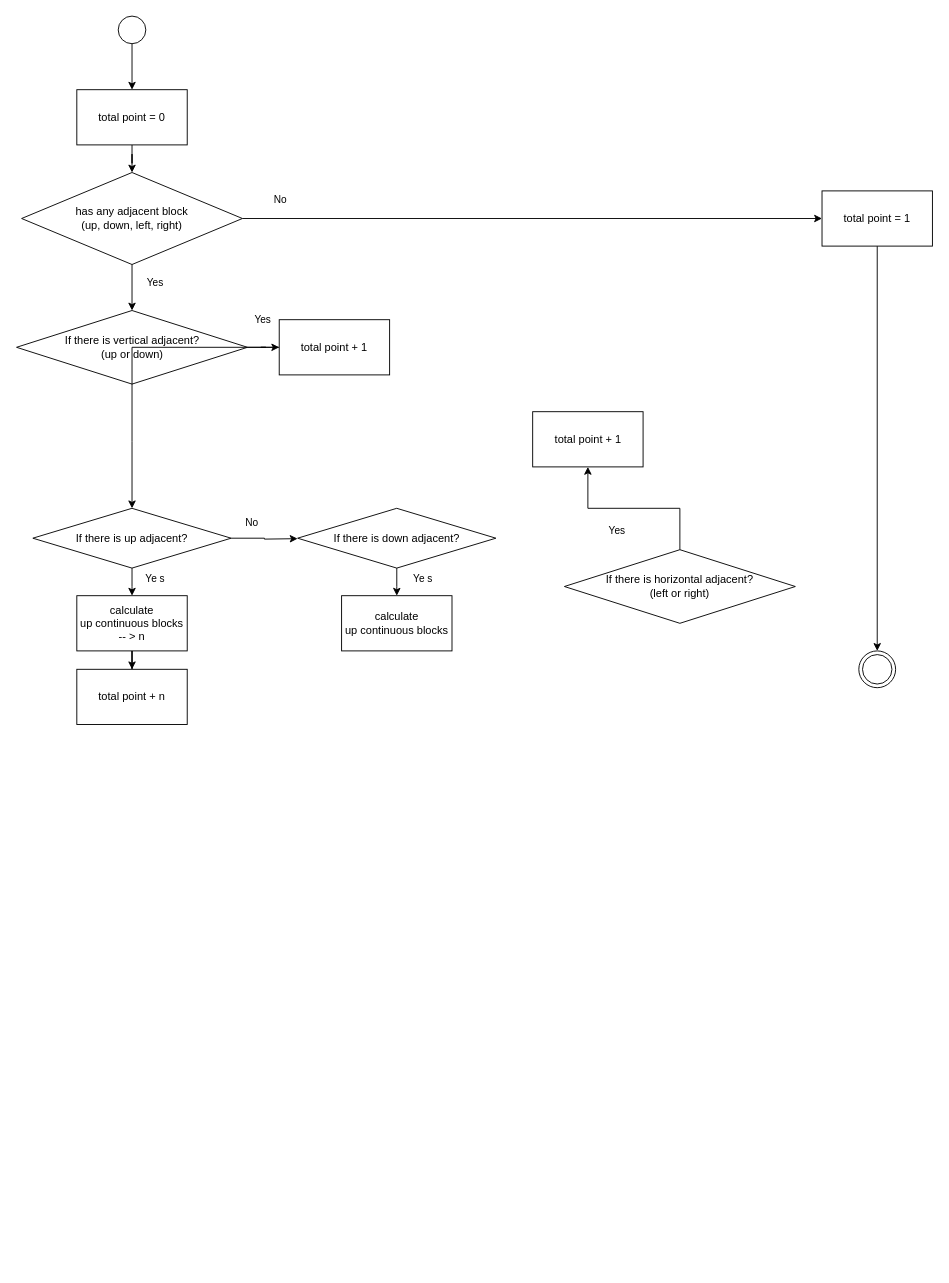
Above: Azul calculate flow.drawio in Aidan-Huang/CardGame (draw.io), before the change. Source tidied: cells renumbered, new cells numbered last; positions are measured from the earlier drawing's top-left corner, leaving out a move shared by most shapes. Both pictures are drawn from the tidied source at 92%, with x=0, y=0 at pixel (16, 16).
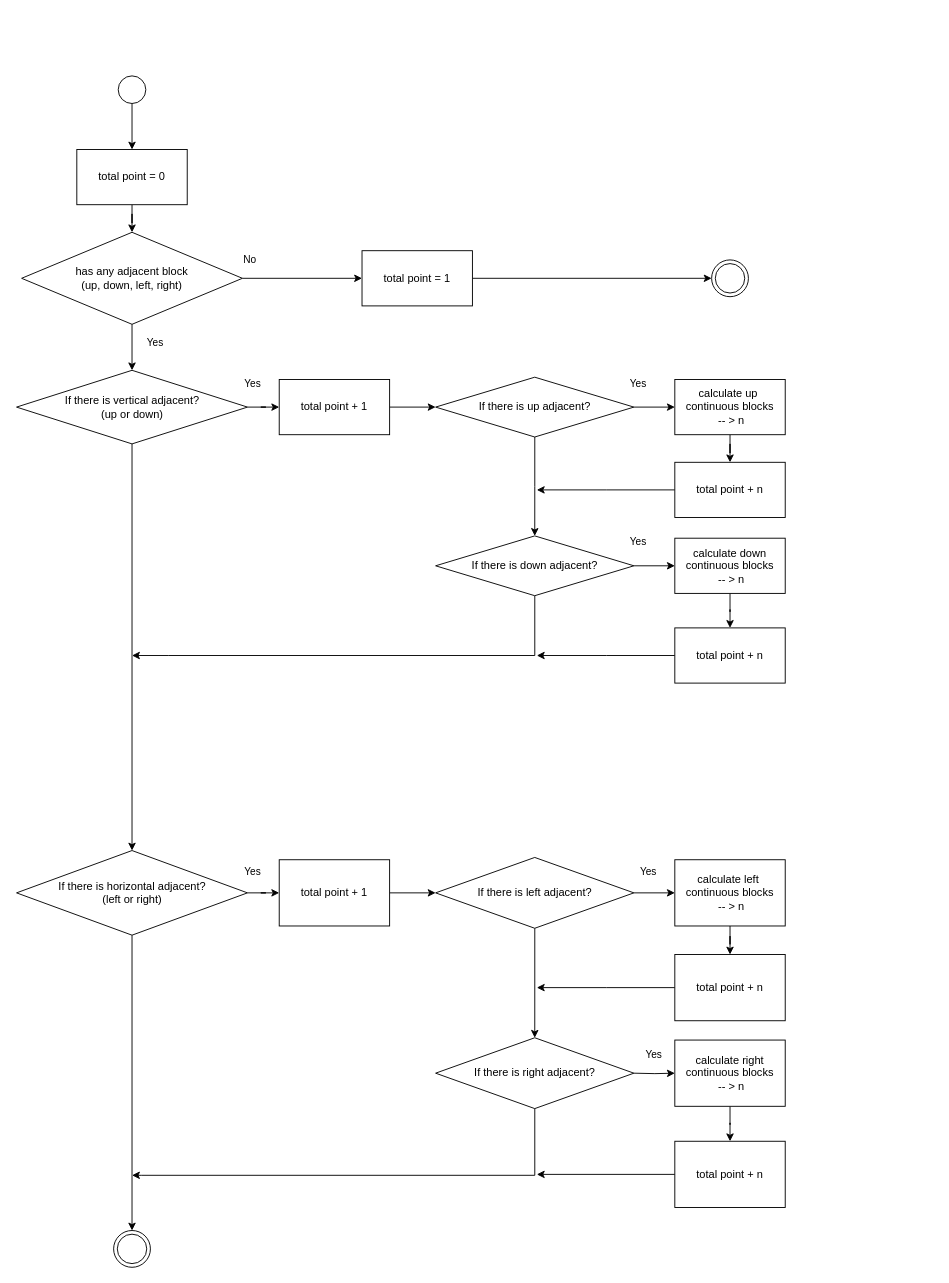
Above is the later version.

Change to the diagram source:
```diff
@@
     <mxCell id="3" style="ellipse;whiteSpace=wrap;html=1;" parent="1" vertex="1">
-      <mxGeometry x="111" width="30" height="30" as="geometry" />
+      <mxGeometry x="111" y="65" width="30" height="30" as="geometry" />
     </mxCell>
@@
     <mxCell id="5" value="&lt;span&gt;has any adjacent block&lt;/span&gt;&lt;br&gt;&lt;span&gt;(up, down, left, right)&lt;/span&gt;" style="rhombus;whiteSpace=wrap;html=1;" parent="1" vertex="1">
-      <mxGeometry x="6" y="170" width="240" height="100" as="geometry" />
+      <mxGeometry x="6" y="235" width="240" height="100" as="geometry" />
     </mxCell>
-    <mxCell id="6" style="edgeStyle=orthogonalEdgeStyle;rounded=0;jettySize=auto;html=1;entryX=0.5;entryY=0;entryDx=0;entryDy=0;" parent="1" edge="1" source="7" target="8">
-      <mxGeometry relative="1" as="geometry" />
-    </mxCell>
+    <mxCell id="28" style="edgeStyle=orthogonalEdgeStyle;rounded=0;jettySize=auto;html=1;entryX=0;entryY=0.5;entryDx=0;entryDy=0;" parent="1" edge="1" source="7" target="53">
+      <mxGeometry relative="1" as="geometry" />
+    </mxCell>
     <mxCell id="7" value="total point = 1" style="whiteSpace=wrap;html=1;" parent="1" vertex="1">
-      <mxGeometry x="876" y="190" width="120" height="60" as="geometry" />
+      <mxGeometry x="376" y="255" width="120" height="60" as="geometry" />
     </mxCell>
-    <mxCell id="8" style="ellipse;shape=doubleEllipse;whiteSpace=wrap;html=1;" parent="1" vertex="1">
-      <mxGeometry x="916" y="690" width="40" height="40" as="geometry" />
-    </mxCell>
@@
     <mxCell id="10" value="Yes" style="edgeStyle=orthogonalEdgeStyle;rounded=0;jettySize=auto;html=1;" parent="1" edge="1" source="11" target="17">
-      <mxGeometry x="0.2" y="30" relative="1" as="geometry" />
+      <mxGeometry x="-0.79" y="25" relative="1" as="geometry" />
     </mxCell>
+    <mxCell id="29" style="edgeStyle=orthogonalEdgeStyle;rounded=0;jettySize=auto;html=1;" parent="1" edge="1" source="11" target="13">
+      <mxGeometry relative="1" as="geometry" />
+    </mxCell>
     <mxCell id="11" value="If there is vertical adjacent?&lt;br&gt;(up or down)" style="rhombus;whiteSpace=wrap;html=1;" parent="1" vertex="1">
-      <mxGeometry x="0.5" y="320" width="251" height="80" as="geometry" />
+      <mxGeometry x="0.5" y="385" width="251" height="80" as="geometry" />
     </mxCell>
     <mxCell id="12" value="Yes" style="edgeStyle=orthogonalEdgeStyle;rounded=0;jettySize=auto;html=1;" parent="1" edge="1" source="13" target="18">
-      <mxGeometry x="0.2" y="24" relative="1" as="geometry" />
+      <mxGeometry x="-0.79" y="23" relative="1" as="geometry" />
     </mxCell>
+    <mxCell id="30" style="edgeStyle=orthogonalEdgeStyle;rounded=0;jettySize=auto;html=1;entryX=0.5;entryY=0;entryDx=0;entryDy=0;" parent="1" edge="1" source="13" target="52">
+      <mxGeometry relative="1" as="geometry" />
+    </mxCell>
     <mxCell id="13" value="If there is&amp;nbsp;horizontal adjacent?&lt;br&gt;(left or right)" style="rhombus;whiteSpace=wrap;html=1;" parent="1" vertex="1">
-      <mxGeometry x="596" y="580" width="251" height="80" as="geometry" />
+      <mxGeometry x="0.5" y="907" width="251" height="92" as="geometry" />
     </mxCell>
@@
     <mxCell id="15" value="total point = 0" style="whiteSpace=wrap;html=1;" parent="1" vertex="1">
-      <mxGeometry x="66" y="80" width="120" height="60" as="geometry" />
+      <mxGeometry x="66" y="145" width="120" height="60" as="geometry" />
     </mxCell>
@@
     <mxCell id="17" value="&lt;span&gt;total point + 1&lt;/span&gt;" style="whiteSpace=wrap;html=1;" parent="1" vertex="1">
-      <mxGeometry x="286" y="330" width="120" height="60" as="geometry" />
+      <mxGeometry x="286" y="395" width="120" height="60" as="geometry" />
     </mxCell>
-    <mxCell id="18" value="&lt;span&gt;total point + 1&lt;/span&gt;" style="whiteSpace=wrap;html=1;" parent="1" vertex="1">
-      <mxGeometry x="561.5" y="430" width="120" height="60" as="geometry" />
-    </mxCell>
-    <mxCell id="19" value="Ye s" style="edgeStyle=orthogonalEdgeStyle;rounded=0;jettySize=auto;html=1;" parent="1" edge="1" source="21" target="23">
-      <mxGeometry x="-0.33" y="20" relative="1" as="geometry">
-        <mxPoint x="5" y="2" as="offset" />
-      </mxGeometry>
+    <mxCell id="19" value="Yes" style="edgeStyle=orthogonalEdgeStyle;rounded=0;jettySize=auto;html=1;" parent="1" edge="1" source="21" target="23">
+      <mxGeometry x="-0.8" y="25" relative="1" as="geometry" />
     </mxCell>
-    <mxCell id="20" value="No" style="edgeStyle=orthogonalEdgeStyle;rounded=0;jettySize=auto;html=1;" parent="1" edge="1" source="21">
-      <mxGeometry x="-0.39" y="17" relative="1" as="geometry">
-        <mxPoint x="306" y="568" as="targetPoint" />
-      </mxGeometry>
-    </mxCell>
+    <mxCell id="31" style="edgeStyle=orthogonalEdgeStyle;rounded=0;jettySize=auto;html=1;entryX=0.5;entryY=0;entryDx=0;entryDy=0;" parent="1" edge="1" source="21" target="25">
+      <mxGeometry relative="1" as="geometry" />
+    </mxCell>
     <mxCell id="21" value="If there is up adjacent?" style="rhombus;whiteSpace=wrap;html=1;" parent="1" vertex="1">
-      <mxGeometry x="18.2" y="535" width="215.5" height="65" as="geometry" />
+      <mxGeometry x="456" y="392.5" width="215.5" height="65" as="geometry" />
     </mxCell>
@@
-    <mxCell id="23" value="calculate up&amp;nbsp;continuous blocks -- &amp;gt; n" style="whiteSpace=wrap;html=1;" parent="1" vertex="1">
-      <mxGeometry x="66" y="630" width="120" height="60" as="geometry" />
+    <mxCell id="23" value="calculate up&amp;nbsp;&lt;br&gt;continuous blocks&lt;br&gt;&amp;nbsp;-- &amp;gt; n" style="whiteSpace=wrap;html=1;" parent="1" vertex="1">
+      <mxGeometry x="716" y="395" width="120" height="60" as="geometry" />
     </mxCell>
-    <mxCell id="24" value="Ye s" style="edgeStyle=orthogonalEdgeStyle;rounded=0;jettySize=auto;html=1;" parent="1" edge="1" source="25" target="26">
-      <mxGeometry x="-0.34" y="22" relative="1" as="geometry">
-        <mxPoint x="6" y="2" as="offset" />
+    <mxCell id="24" value="Yes" style="edgeStyle=orthogonalEdgeStyle;rounded=0;jettySize=auto;html=1;" parent="1" edge="1" source="25" target="26">
+      <mxGeometry x="-0.8" y="28" relative="1" as="geometry">
+        <mxPoint y="1" as="offset" />
       </mxGeometry>
     </mxCell>
+    <mxCell id="32" style="edgeStyle=orthogonalEdgeStyle;rounded=0;jettySize=auto;html=1;" parent="1" edge="1" source="25">
+      <mxGeometry relative="1" as="geometry">
+        <mxPoint x="126" y="695" as="targetPoint" />
+        <Array as="points">
+          <mxPoint x="564" y="695" />
+          <mxPoint x="166" y="695" />
+        </Array>
+      </mxGeometry>
+    </mxCell>
     <mxCell id="25" value="If there is down adjacent?" style="rhombus;whiteSpace=wrap;html=1;" parent="1" vertex="1">
-      <mxGeometry x="306" y="535" width="215.5" height="65" as="geometry" />
+      <mxGeometry x="456" y="565" width="215.5" height="65" as="geometry" />
     </mxCell>
+    <mxCell id="33" style="edgeStyle=orthogonalEdgeStyle;rounded=0;jettySize=auto;html=1;" parent="1" edge="1" source="26" target="36">
+      <mxGeometry relative="1" as="geometry" />
+    </mxCell>
-    <mxCell id="26" value="calculate up&amp;nbsp;continuous blocks" style="whiteSpace=wrap;html=1;" parent="1" vertex="1">
-      <mxGeometry x="353.8" y="630" width="120" height="60" as="geometry" />
+    <mxCell id="26" value="calculate down continuous blocks&lt;br&gt;&amp;nbsp;-- &amp;gt; n" style="whiteSpace=wrap;html=1;" parent="1" vertex="1">
+      <mxGeometry x="716" y="567.5" width="120" height="60" as="geometry" />
     </mxCell>
+    <mxCell id="34" style="edgeStyle=orthogonalEdgeStyle;rounded=0;jettySize=auto;html=1;" parent="1" edge="1" source="27">
+      <mxGeometry relative="1" as="geometry">
+        <mxPoint x="566" y="515" as="targetPoint" />
+      </mxGeometry>
+    </mxCell>
     <mxCell id="27" value="&lt;span&gt;total point + n&lt;/span&gt;" style="whiteSpace=wrap;html=1;" parent="1" vertex="1">
-      <mxGeometry x="66" y="710" width="120" height="60" as="geometry" />
+      <mxGeometry x="716" y="485" width="120" height="60" as="geometry" />
     </mxCell>
+    <mxCell id="35" style="edgeStyle=orthogonalEdgeStyle;rounded=0;jettySize=auto;html=1;" parent="1" edge="1" source="36">
+      <mxGeometry relative="1" as="geometry">
+        <mxPoint x="566" y="695" as="targetPoint" />
+      </mxGeometry>
+    </mxCell>
+    <mxCell id="36" value="&lt;span&gt;total point + n&lt;/span&gt;" style="whiteSpace=wrap;html=1;" parent="1" vertex="1">
+      <mxGeometry x="716" y="665" width="120" height="60" as="geometry" />
+    </mxCell>
+    <mxCell id="37" style="edgeStyle=orthogonalEdgeStyle;rounded=0;jettySize=auto;html=1;" parent="1" edge="1" source="18" target="40">
+      <mxGeometry relative="1" as="geometry" />
+    </mxCell>
+    <mxCell id="18" value="&lt;span&gt;total point + 1&lt;/span&gt;" style="whiteSpace=wrap;html=1;" parent="1" vertex="1">
+      <mxGeometry x="286" y="917" width="120" height="72" as="geometry" />
+    </mxCell>
+    <mxCell id="38" value="Yes" style="edgeStyle=orthogonalEdgeStyle;rounded=0;jettySize=auto;html=1;" parent="1" edge="1" source="40" target="42">
+      <mxGeometry x="-0.35" y="23" relative="1" as="geometry">
+        <mxPoint x="1" as="offset" />
+      </mxGeometry>
+    </mxCell>
+    <mxCell id="39" style="edgeStyle=orthogonalEdgeStyle;rounded=0;jettySize=auto;html=1;entryX=0.5;entryY=0;entryDx=0;entryDy=0;" parent="1" edge="1" source="40" target="45">
+      <mxGeometry relative="1" as="geometry" />
+    </mxCell>
+    <mxCell id="40" value="If there is left&amp;nbsp;adjacent?" style="rhombus;whiteSpace=wrap;html=1;" parent="1" vertex="1">
+      <mxGeometry x="456" y="914.5" width="215.5" height="77" as="geometry" />
+    </mxCell>
+    <mxCell id="41" style="edgeStyle=orthogonalEdgeStyle;rounded=0;jettySize=auto;html=1;" parent="1" edge="1" source="42" target="49">
+      <mxGeometry relative="1" as="geometry" />
+    </mxCell>
+    <mxCell id="42" value="calculate left&amp;nbsp;&lt;br&gt;continuous blocks&lt;br&gt;&amp;nbsp;-- &amp;gt; n" style="whiteSpace=wrap;html=1;" parent="1" vertex="1">
+      <mxGeometry x="716" y="917" width="120" height="72" as="geometry" />
+    </mxCell>
+    <mxCell id="43" value="Yes" style="edgeStyle=orthogonalEdgeStyle;rounded=0;jettySize=auto;html=1;" parent="1" edge="1" target="47">
+      <mxGeometry x="-0.34" y="22" relative="1" as="geometry">
+        <mxPoint x="671.5" y="1149" as="sourcePoint" />
+        <mxPoint x="6" y="2" as="offset" />
+      </mxGeometry>
+    </mxCell>
+    <mxCell id="44" style="edgeStyle=orthogonalEdgeStyle;rounded=0;jettySize=auto;html=1;" parent="1" edge="1" source="45">
+      <mxGeometry relative="1" as="geometry">
+        <mxPoint x="126" y="1260" as="targetPoint" />
+        <Array as="points">
+          <mxPoint x="564" y="1260" />
+          <mxPoint x="136" y="1260" />
+        </Array>
+      </mxGeometry>
+    </mxCell>
+    <mxCell id="45" value="If there is right adjacent?" style="rhombus;whiteSpace=wrap;html=1;" parent="1" vertex="1">
+      <mxGeometry x="456" y="1110.5" width="215.5" height="77" as="geometry" />
+    </mxCell>
+    <mxCell id="46" style="edgeStyle=orthogonalEdgeStyle;rounded=0;jettySize=auto;html=1;" parent="1" edge="1" source="47" target="51">
+      <mxGeometry relative="1" as="geometry" />
+    </mxCell>
+    <mxCell id="47" value="calculate right continuous blocks&lt;br&gt;&amp;nbsp;-- &amp;gt; n" style="whiteSpace=wrap;html=1;" parent="1" vertex="1">
+      <mxGeometry x="716" y="1113" width="120" height="72" as="geometry" />
+    </mxCell>
+    <mxCell id="48" style="edgeStyle=orthogonalEdgeStyle;rounded=0;jettySize=auto;html=1;" parent="1" edge="1" source="49">
+      <mxGeometry relative="1" as="geometry">
+        <mxPoint x="566" y="1056" as="targetPoint" />
+      </mxGeometry>
+    </mxCell>
+    <mxCell id="49" value="&lt;span&gt;total point + n&lt;/span&gt;" style="whiteSpace=wrap;html=1;" parent="1" vertex="1">
+      <mxGeometry x="716" y="1020" width="120" height="72" as="geometry" />
+    </mxCell>
+    <mxCell id="50" style="edgeStyle=orthogonalEdgeStyle;rounded=0;jettySize=auto;html=1;" parent="1" edge="1" source="51">
+      <mxGeometry relative="1" as="geometry">
+        <mxPoint x="566" y="1259" as="targetPoint" />
+        <Array as="points">
+          <mxPoint x="566" y="1259" />
+        </Array>
+      </mxGeometry>
+    </mxCell>
+    <mxCell id="51" value="&lt;span&gt;total point + n&lt;/span&gt;" style="whiteSpace=wrap;html=1;" parent="1" vertex="1">
+      <mxGeometry x="716" y="1223" width="120" height="72" as="geometry" />
+    </mxCell>
+    <mxCell id="52" style="ellipse;shape=doubleEllipse;whiteSpace=wrap;html=1;" parent="1" vertex="1">
+      <mxGeometry x="106" y="1320" width="40" height="40" as="geometry" />
+    </mxCell>
+    <mxCell id="53" style="ellipse;shape=doubleEllipse;whiteSpace=wrap;html=1;" parent="1" vertex="1">
+      <mxGeometry x="756" y="265" width="40" height="40" as="geometry" />
+    </mxCell>
```
